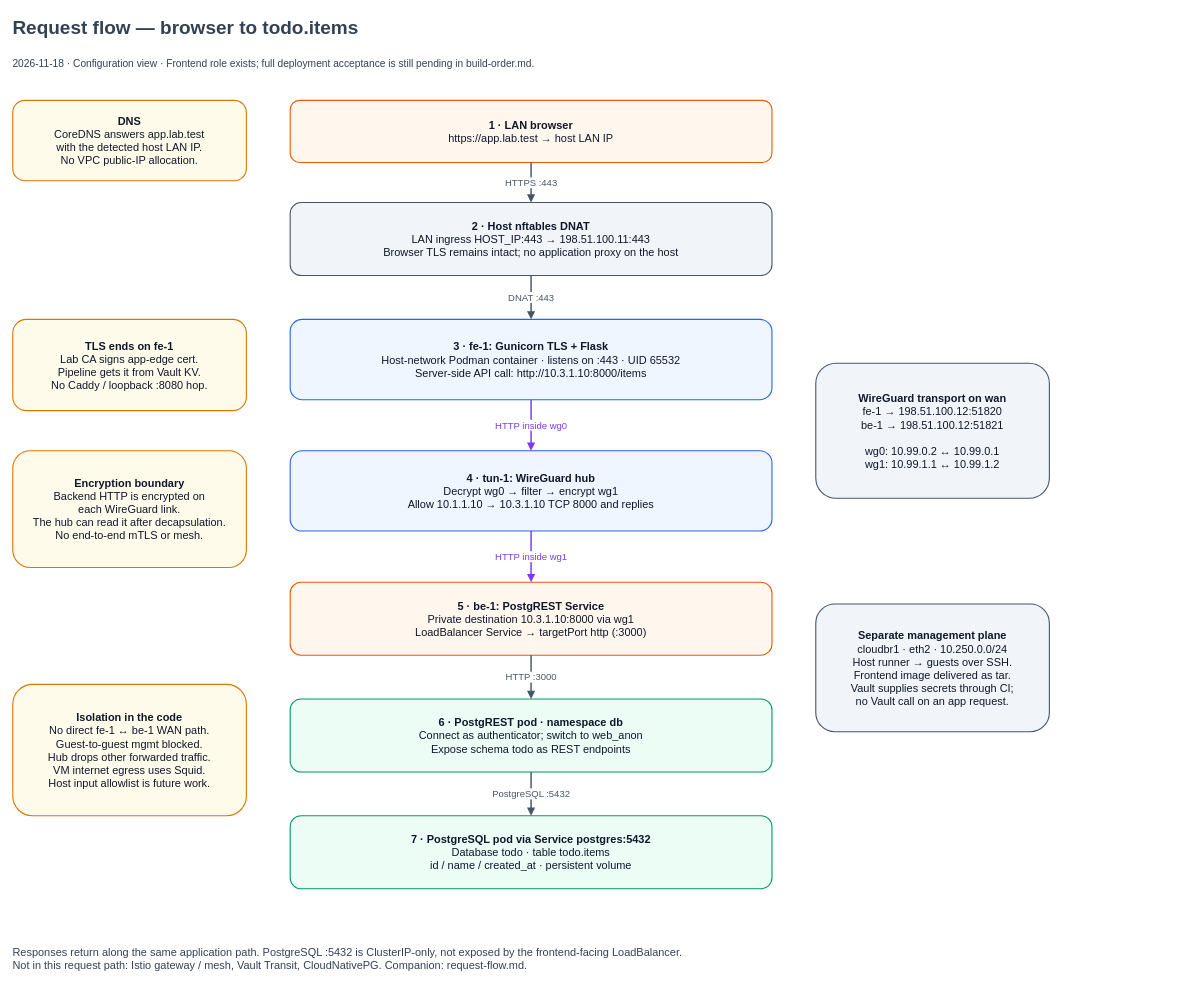
Earlier version of the draw.io diagram docs/diagram/lld/traffic/request-flow.drawio (jmin1231/SingleClusterIaCLab). Source tidied: cells renumbered, new cells numbered last; positions are measured from the earlier drawing's top-left corner, leaving out a move shared by most shapes. Both pictures are drawn from the tidied source at 73%, with x=0, y=0 at pixel (12, 12).
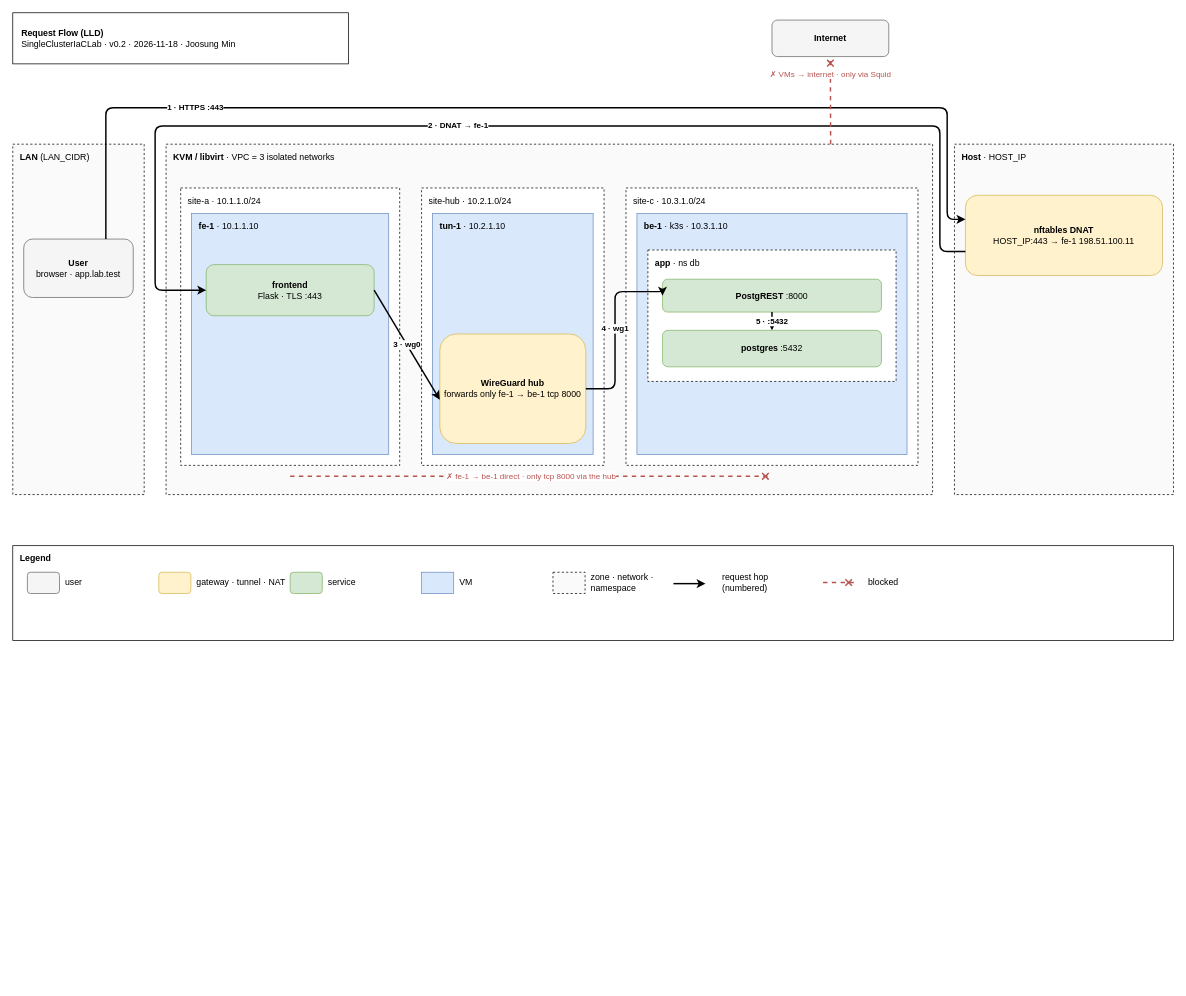
The same diagram, later.

The edit, as a diff of the source:
```diff
@@
-    <mxCell id="2" value="&lt;b&gt;Request flow — browser to todo.items&lt;/b&gt;" style="text;html=1;whiteSpace=wrap;align=left;verticalAlign=middle;fontSize=26;fontColor=#334155;spacing=0;" parent="1" vertex="1">
-      <mxGeometry width="1420" height="42" as="geometry" />
-    </mxCell>
-    <mxCell id="3" value="2026-11-18 · Configuration view · Frontend role exists; full deployment acceptance is still pending in build-order.md." style="text;html=1;whiteSpace=wrap;align=left;verticalAlign=middle;fontSize=14;fontColor=#334155;spacing=0;" parent="1" vertex="1">
-      <mxGeometry y="47" width="1420" height="45" as="geometry" />
-    </mxCell>
-    <mxCell id="4" value="&lt;b&gt;1 · LAN browser&lt;/b&gt;&lt;br&gt;https://app.lab.test → host LAN IP" style="rounded=1;whiteSpace=wrap;html=1;fillColor=#fff7ed;strokeColor=#ea580c;fontColor=#0f172a;fontSize=15;strokeWidth=1.5;spacing=10;" parent="1" vertex="1">
-      <mxGeometry x="380" y="120" width="660" height="85" as="geometry" />
-    </mxCell>
-    <mxCell id="5" value="&lt;b&gt;2 · Host nftables DNAT&lt;/b&gt;&lt;br&gt;LAN ingress HOST_IP:443 → 198.51.100.11:443&lt;br&gt;Browser TLS remains intact; no application proxy on the host" style="rounded=1;whiteSpace=wrap;html=1;fillColor=#f1f5f9;strokeColor=#475569;fontColor=#0f172a;fontSize=15;strokeWidth=1.5;spacing=10;" parent="1" vertex="1">
-      <mxGeometry x="380" y="260" width="660" height="100" as="geometry" />
-    </mxCell>
-    <mxCell id="6" value="&lt;b&gt;3 · fe-1: Gunicorn TLS + Flask&lt;/b&gt;&lt;br&gt;Host-network Podman container · listens on :443 · UID 65532&lt;br&gt;Server-side API call: http://10.3.1.10:8000/items" style="rounded=1;whiteSpace=wrap;html=1;fillColor=#eff6ff;strokeColor=#2563eb;fontColor=#0f172a;fontSize=15;strokeWidth=1.5;spacing=10;" parent="1" vertex="1">
-      <mxGeometry x="380" y="420" width="660" height="110" as="geometry" />
-    </mxCell>
-    <mxCell id="7" value="&lt;b&gt;4 · tun-1: WireGuard hub&lt;/b&gt;&lt;br&gt;Decrypt wg0 → filter → encrypt wg1&lt;br&gt;Allow 10.1.1.10 → 10.3.1.10 TCP 8000 and replies" style="rounded=1;whiteSpace=wrap;html=1;fillColor=#eff6ff;strokeColor=#2563eb;fontColor=#0f172a;fontSize=15;strokeWidth=1.5;spacing=10;" parent="1" vertex="1">
-      <mxGeometry x="380" y="600" width="660" height="110" as="geometry" />
-    </mxCell>
-    <mxCell id="8" value="&lt;b&gt;5 · be-1: PostgREST Service&lt;/b&gt;&lt;br&gt;Private destination 10.3.1.10:8000 via wg1&lt;br&gt;LoadBalancer Service → targetPort http (:3000)" style="rounded=1;whiteSpace=wrap;html=1;fillColor=#fff7ed;strokeColor=#ea580c;fontColor=#0f172a;fontSize=15;strokeWidth=1.5;spacing=10;" parent="1" vertex="1">
-      <mxGeometry x="380" y="780" width="660" height="100" as="geometry" />
-    </mxCell>
-    <mxCell id="9" value="&lt;b&gt;6 · PostgREST pod · namespace db&lt;/b&gt;&lt;br&gt;Connect as authenticator; switch to web_anon&lt;br&gt;Expose schema todo as REST endpoints" style="rounded=1;whiteSpace=wrap;html=1;fillColor=#ecfdf5;strokeColor=#059669;fontColor=#0f172a;fontSize=15;strokeWidth=1.5;spacing=10;" parent="1" vertex="1">
-      <mxGeometry x="380" y="940" width="660" height="100" as="geometry" />
-    </mxCell>
-    <mxCell id="10" value="&lt;b&gt;7 · PostgreSQL pod via Service postgres:5432&lt;/b&gt;&lt;br&gt;Database todo · table todo.items&lt;br&gt;id / name / created_at · persistent volume" style="rounded=1;whiteSpace=wrap;html=1;fillColor=#ecfdf5;strokeColor=#059669;fontColor=#0f172a;fontSize=15;strokeWidth=1.5;spacing=10;" parent="1" vertex="1">
-      <mxGeometry x="380" y="1100" width="660" height="100" as="geometry" />
-    </mxCell>
-    <mxCell id="11" value="&lt;b&gt;DNS&lt;/b&gt;&lt;br&gt;CoreDNS answers app.lab.test&lt;br&gt;with the detected host LAN IP.&lt;br&gt;No VPC public-IP allocation." style="rounded=1;whiteSpace=wrap;html=1;fillColor=#fffbeb;strokeColor=#d97706;fontColor=#0f172a;fontSize=15;strokeWidth=1.5;spacing=10;" parent="1" vertex="1">
-      <mxGeometry y="120" width="320" height="110" as="geometry" />
-    </mxCell>
-    <mxCell id="12" value="&lt;b&gt;TLS ends on fe-1&lt;/b&gt;&lt;br&gt;Lab CA signs app-edge cert.&lt;br&gt;Pipeline gets it from Vault KV.&lt;br&gt;No Caddy / loopback :8080 hop." style="rounded=1;whiteSpace=wrap;html=1;fillColor=#fffbeb;strokeColor=#d97706;fontColor=#0f172a;fontSize=15;strokeWidth=1.5;spacing=10;" parent="1" vertex="1">
-      <mxGeometry y="420" width="320" height="125" as="geometry" />
-    </mxCell>
-    <mxCell id="13" value="&lt;b&gt;WireGuard transport on wan&lt;/b&gt;&lt;br&gt;fe-1 → 198.51.100.12:51820&lt;br&gt;be-1 → 198.51.100.12:51821&lt;br&gt;&lt;br&gt;wg0: 10.99.0.2 ↔ 10.99.0.1&lt;br&gt;wg1: 10.99.1.1 ↔ 10.99.1.2" style="rounded=1;whiteSpace=wrap;html=1;fillColor=#f1f5f9;strokeColor=#475569;fontColor=#0f172a;fontSize=15;strokeWidth=1.5;spacing=10;" parent="1" vertex="1">
-      <mxGeometry x="1100" y="480" width="320" height="185" as="geometry" />
-    </mxCell>
-    <mxCell id="14" value="&lt;b&gt;Encryption boundary&lt;/b&gt;&lt;br&gt;Backend HTTP is encrypted on&lt;br&gt;each WireGuard link.&lt;br&gt;The hub can read it after decapsulation.&lt;br&gt;No end-to-end mTLS or mesh." style="rounded=1;whiteSpace=wrap;html=1;fillColor=#fffbeb;strokeColor=#d97706;fontColor=#0f172a;fontSize=15;strokeWidth=1.5;spacing=10;" parent="1" vertex="1">
-      <mxGeometry y="600" width="320" height="160" as="geometry" />
-    </mxCell>
-    <mxCell id="15" value="&lt;b&gt;Separate management plane&lt;/b&gt;&lt;br&gt;cloudbr1 · eth2 · 10.250.0.0/24&lt;br&gt;Host runner → guests over SSH.&lt;br&gt;Frontend image delivered as tar.&lt;br&gt;Vault supplies secrets through CI;&lt;br&gt;no Vault call on an app request." style="rounded=1;whiteSpace=wrap;html=1;fillColor=#f1f5f9;strokeColor=#475569;fontColor=#0f172a;fontSize=15;strokeWidth=1.5;spacing=10;" parent="1" vertex="1">
-      <mxGeometry x="1100" y="810" width="320" height="175" as="geometry" />
-    </mxCell>
-    <mxCell id="16" value="&lt;b&gt;Isolation in the code&lt;/b&gt;&lt;br&gt;No direct fe-1 ↔ be-1 WAN path.&lt;br&gt;Guest-to-guest mgmt blocked.&lt;br&gt;Hub drops other forwarded traffic.&lt;br&gt;VM internet egress uses Squid.&lt;br&gt;Host input allowlist is future work." style="rounded=1;whiteSpace=wrap;html=1;fillColor=#fffbeb;strokeColor=#d97706;fontColor=#0f172a;fontSize=15;strokeWidth=1.5;spacing=10;" parent="1" vertex="1">
-      <mxGeometry y="920" width="320" height="180" as="geometry" />
-    </mxCell>
-    <mxCell id="17" value="Responses return along the same application path. PostgreSQL :5432 is ClusterIP-only, not exposed by the frontend-facing LoadBalancer.&lt;br&gt;Not in this request path: Istio gateway / mesh, Vault Transit, CloudNativePG. Companion: request-flow.md." style="text;html=1;whiteSpace=wrap;align=left;verticalAlign=middle;fontSize=15;fontColor=#334155;spacing=0;" parent="1" vertex="1">
-      <mxGeometry y="1260" width="1420" height="70" as="geometry" />
-    </mxCell>
-    <mxCell id="18" value="HTTPS :443" style="edgeStyle=orthogonalEdgeStyle;rounded=0;jettySize=auto;html=1;endArrow=block;endFill=1;strokeWidth=2;strokeColor=#475569;fontColor=#475569;fontSize=13;labelBackgroundColor=#ffffff;exitX=0.5;exitY=1;exitDx=0;exitDy=0;entryX=0.5;entryY=0;entryDx=0;entryDy=0;" parent="1" edge="1" source="4" target="5">
-      <mxGeometry relative="1" as="geometry" />
-    </mxCell>
-    <mxCell id="19" value="DNAT :443" style="edgeStyle=orthogonalEdgeStyle;rounded=0;jettySize=auto;html=1;endArrow=block;endFill=1;strokeWidth=2;strokeColor=#475569;fontColor=#475569;fontSize=13;labelBackgroundColor=#ffffff;exitX=0.5;exitY=1;exitDx=0;exitDy=0;entryX=0.5;entryY=0;entryDx=0;entryDy=0;" parent="1" edge="1" source="5" target="6">
-      <mxGeometry relative="1" as="geometry" />
-    </mxCell>
-    <mxCell id="20" value="HTTP inside wg0" style="edgeStyle=orthogonalEdgeStyle;rounded=0;jettySize=auto;html=1;endArrow=block;endFill=1;strokeWidth=2;strokeColor=#7c3aed;fontColor=#7c3aed;fontSize=13;labelBackgroundColor=#ffffff;exitX=0.5;exitY=1;exitDx=0;exitDy=0;entryX=0.5;entryY=0;entryDx=0;entryDy=0;" parent="1" edge="1" source="6" target="7">
-      <mxGeometry relative="1" as="geometry" />
-    </mxCell>
-    <mxCell id="21" value="HTTP inside wg1" style="edgeStyle=orthogonalEdgeStyle;rounded=0;jettySize=auto;html=1;endArrow=block;endFill=1;strokeWidth=2;strokeColor=#7c3aed;fontColor=#7c3aed;fontSize=13;labelBackgroundColor=#ffffff;exitX=0.5;exitY=1;exitDx=0;exitDy=0;entryX=0.5;entryY=0;entryDx=0;entryDy=0;" parent="1" edge="1" source="7" target="8">
-      <mxGeometry relative="1" as="geometry" />
-    </mxCell>
-    <mxCell id="22" value="HTTP :3000" style="edgeStyle=orthogonalEdgeStyle;rounded=0;jettySize=auto;html=1;endArrow=block;endFill=1;strokeWidth=2;strokeColor=#475569;fontColor=#475569;fontSize=13;labelBackgroundColor=#ffffff;exitX=0.5;exitY=1;exitDx=0;exitDy=0;entryX=0.5;entryY=0;entryDx=0;entryDy=0;" parent="1" edge="1" source="8" target="9">
-      <mxGeometry relative="1" as="geometry" />
-    </mxCell>
-    <mxCell id="23" value="PostgreSQL :5432" style="edgeStyle=orthogonalEdgeStyle;rounded=0;jettySize=auto;html=1;endArrow=block;endFill=1;strokeWidth=2;strokeColor=#475569;fontColor=#475569;fontSize=13;labelBackgroundColor=#ffffff;exitX=0.5;exitY=1;exitDx=0;exitDy=0;entryX=0.5;entryY=0;entryDx=0;entryDy=0;" parent="1" edge="1" source="9" target="10">
-      <mxGeometry relative="1" as="geometry" />
-    </mxCell>
+    <mxCell id="24" value="&lt;b&gt;Request Flow (LLD)&lt;/b&gt;&lt;br&gt;SingleClusterIaCLab · v0.2 · 2026-11-18 · Joosung Min" style="rounded=0;whiteSpace=wrap;html=1;align=left;spacingLeft=10;fillColor=#ffffff;" parent="1" vertex="1">
+      <mxGeometry width="460" height="70" as="geometry" />
+    </mxCell>
+    <mxCell id="25" value="&lt;b&gt;Internet&lt;/b&gt;" style="rounded=1;whiteSpace=wrap;html=1;fillColor=#f5f5f5;strokeColor=#666666;" parent="1" vertex="1">
+      <mxGeometry x="1040" y="10" width="160" height="50" as="geometry" />
+    </mxCell>
+    <mxCell id="26" value="&lt;b&gt;LAN&lt;/b&gt; (LAN_CIDR)" style="rounded=0;whiteSpace=wrap;html=1;dashed=1;fillColor=none;verticalAlign=top;align=left;spacingLeft=8;spacingTop=4;fillColor=#fafafa;" parent="1" vertex="1">
+      <mxGeometry y="180" width="180" height="480" as="geometry" />
+    </mxCell>
+    <mxCell id="27" value="&lt;b&gt;User&lt;/b&gt;&lt;br&gt;browser · app.lab.test" style="rounded=1;whiteSpace=wrap;html=1;fillColor=#f5f5f5;strokeColor=#666666;" parent="26" vertex="1">
+      <mxGeometry x="15" y="130" width="150" height="80" as="geometry" />
+    </mxCell>
+    <mxCell id="28" value="&lt;b&gt;KVM / libvirt&lt;/b&gt; · VPC = 3 isolated networks" style="rounded=0;whiteSpace=wrap;html=1;dashed=1;fillColor=none;verticalAlign=top;align=left;spacingLeft=8;spacingTop=4;fillColor=#fafafa;" parent="1" vertex="1">
+      <mxGeometry x="210" y="180" width="1050" height="480" as="geometry" />
+    </mxCell>
+    <mxCell id="29" value="site-a · 10.1.1.0/24" style="rounded=0;whiteSpace=wrap;html=1;dashed=1;fillColor=none;verticalAlign=top;align=left;spacingLeft=8;spacingTop=4;fillColor=#ffffff;" parent="28" vertex="1">
+      <mxGeometry x="20" y="60" width="300" height="380" as="geometry" />
+    </mxCell>
+    <mxCell id="30" value="&lt;b&gt;fe-1&lt;/b&gt; · 10.1.1.10" style="rounded=0;whiteSpace=wrap;html=1;fillColor=#dae8fc;strokeColor=#6c8ebf;verticalAlign=top;align=left;spacingLeft=8;spacingTop=4;" parent="29" vertex="1">
+      <mxGeometry x="15" y="35" width="270" height="330" as="geometry" />
+    </mxCell>
+    <mxCell id="31" value="&lt;b&gt;frontend&lt;/b&gt;&lt;br&gt;Flask · TLS :443" style="rounded=1;whiteSpace=wrap;html=1;fillColor=#d5e8d4;strokeColor=#82b366;" parent="30" vertex="1">
+      <mxGeometry x="20" y="70" width="230" height="70" as="geometry" />
+    </mxCell>
+    <mxCell id="32" value="site-hub · 10.2.1.0/24" style="rounded=0;whiteSpace=wrap;html=1;dashed=1;fillColor=none;verticalAlign=top;align=left;spacingLeft=8;spacingTop=4;fillColor=#ffffff;" parent="28" vertex="1">
+      <mxGeometry x="350" y="60" width="250" height="380" as="geometry" />
+    </mxCell>
+    <mxCell id="33" value="&lt;b&gt;tun-1&lt;/b&gt; · 10.2.1.10" style="rounded=0;whiteSpace=wrap;html=1;fillColor=#dae8fc;strokeColor=#6c8ebf;verticalAlign=top;align=left;spacingLeft=8;spacingTop=4;" parent="32" vertex="1">
+      <mxGeometry x="15" y="35" width="220" height="330" as="geometry" />
+    </mxCell>
+    <mxCell id="34" value="&lt;b&gt;WireGuard hub&lt;/b&gt;&lt;br&gt;forwards only fe-1 → be-1 tcp 8000" style="rounded=1;whiteSpace=wrap;html=1;fillColor=#fff2cc;strokeColor=#d6b656;" parent="33" vertex="1">
+      <mxGeometry x="10" y="165" width="200" height="150" as="geometry" />
+    </mxCell>
+    <mxCell id="35" value="site-c · 10.3.1.0/24" style="rounded=0;whiteSpace=wrap;html=1;dashed=1;fillColor=none;verticalAlign=top;align=left;spacingLeft=8;spacingTop=4;fillColor=#ffffff;" parent="28" vertex="1">
+      <mxGeometry x="630" y="60" width="400" height="380" as="geometry" />
+    </mxCell>
+    <mxCell id="36" value="&lt;b&gt;be-1&lt;/b&gt; · k3s · 10.3.1.10" style="rounded=0;whiteSpace=wrap;html=1;fillColor=#dae8fc;strokeColor=#6c8ebf;verticalAlign=top;align=left;spacingLeft=8;spacingTop=4;" parent="35" vertex="1">
+      <mxGeometry x="15" y="35" width="370" height="330" as="geometry" />
+    </mxCell>
+    <mxCell id="37" value="&lt;b&gt;app&lt;/b&gt; · ns db" style="rounded=0;whiteSpace=wrap;html=1;dashed=1;fillColor=none;verticalAlign=top;align=left;spacingLeft=8;spacingTop=4;fillColor=#ffffff;" parent="36" vertex="1">
+      <mxGeometry x="15" y="50" width="340" height="180" as="geometry" />
+    </mxCell>
+    <mxCell id="38" value="&lt;b&gt;PostgREST&lt;/b&gt; :8000" style="rounded=1;whiteSpace=wrap;html=1;fillColor=#d5e8d4;strokeColor=#82b366;" parent="37" vertex="1">
+      <mxGeometry x="20" y="40" width="300" height="45" as="geometry" />
+    </mxCell>
+    <mxCell id="39" value="&lt;b&gt;postgres&lt;/b&gt; :5432" style="rounded=1;whiteSpace=wrap;html=1;fillColor=#d5e8d4;strokeColor=#82b366;" parent="37" vertex="1">
+      <mxGeometry x="20" y="110" width="300" height="50" as="geometry" />
+    </mxCell>
+    <mxCell id="40" value="&lt;b&gt;Host&lt;/b&gt; · HOST_IP" style="rounded=0;whiteSpace=wrap;html=1;dashed=1;fillColor=none;verticalAlign=top;align=left;spacingLeft=8;spacingTop=4;fillColor=#fafafa;" parent="1" vertex="1">
+      <mxGeometry x="1290" y="180" width="300" height="480" as="geometry" />
+    </mxCell>
+    <mxCell id="41" value="&lt;b&gt;nftables DNAT&lt;/b&gt;&lt;br&gt;HOST_IP:443 → fe-1 198.51.100.11" style="rounded=1;whiteSpace=wrap;html=1;fillColor=#fff2cc;strokeColor=#d6b656;" parent="40" vertex="1">
+      <mxGeometry x="15" y="70" width="270" height="110" as="geometry" />
+    </mxCell>
+    <mxCell id="42" value="1 · HTTPS :443" style="endArrow=classic;html=1;strokeWidth=2;labelBackgroundColor=#ffffff;fontStyle=1;edgeStyle=orthogonalEdgeStyle;exitX=0.75;exitY=0;exitDx=0;exitDy=0;entryX=0;entryY=0.3;entryDx=0;entryDy=0;" parent="1" edge="1" source="27" target="41">
+      <mxGeometry x="-0.6" relative="1" as="geometry">
+        <Array as="points">
+          <mxPoint x="127" y="130" />
+          <mxPoint x="1280" y="130" />
+          <mxPoint x="1280" y="283" />
+        </Array>
+      </mxGeometry>
+    </mxCell>
+    <mxCell id="43" value="2 · DNAT → fe-1" style="endArrow=classic;html=1;strokeWidth=2;labelBackgroundColor=#ffffff;fontStyle=1;edgeStyle=orthogonalEdgeStyle;exitX=0;exitY=0.7;exitDx=0;exitDy=0;entryX=0;entryY=0.5;entryDx=0;entryDy=0;" parent="1" edge="1" source="41" target="31">
+      <mxGeometry x="0.1" relative="1" as="geometry">
+        <Array as="points">
+          <mxPoint x="1270" y="327" />
+          <mxPoint x="1270" y="155" />
+          <mxPoint x="195" y="155" />
+          <mxPoint x="195" y="380" />
+        </Array>
+      </mxGeometry>
+    </mxCell>
+    <mxCell id="44" value="3 · wg0" style="endArrow=classic;html=1;strokeWidth=2;labelBackgroundColor=#ffffff;fontStyle=1;exitX=1;exitY=0.5;exitDx=0;exitDy=0;entryX=0;entryY=0.6;entryDx=0;entryDy=0;" parent="1" edge="1" source="31" target="34">
+      <mxGeometry relative="1" as="geometry" />
+    </mxCell>
+    <mxCell id="45" value="4 · wg1" style="endArrow=classic;html=1;strokeWidth=2;labelBackgroundColor=#ffffff;fontStyle=1;edgeStyle=orthogonalEdgeStyle;exitX=1;exitY=0.5;exitDx=0;exitDy=0;entryX=0;entryY=0.5;entryDx=0;entryDy=0;" parent="1" edge="1" source="34" target="38">
+      <mxGeometry relative="1" as="geometry">
+        <Array as="points">
+          <mxPoint x="825" y="515" />
+          <mxPoint x="825" y="382" />
+        </Array>
+      </mxGeometry>
+    </mxCell>
+    <mxCell id="46" value="5 · :5432" style="endArrow=classic;html=1;strokeWidth=2;labelBackgroundColor=#ffffff;fontStyle=1;exitX=0.5;exitY=1;exitDx=0;exitDy=0;entryX=0.5;entryY=0;entryDx=0;entryDy=0;" parent="1" edge="1" source="38" target="39">
+      <mxGeometry relative="1" as="geometry" />
+    </mxCell>
+    <mxCell id="47" value="✗ fe-1 → be-1 direct · only tcp 8000 via the hub" style="endArrow=cross;html=1;strokeWidth=2;dashed=1;strokeColor=#b85450;fontColor=#b85450;labelBackgroundColor=#ffffff;" parent="1" edge="1">
+      <mxGeometry relative="1" as="geometry">
+        <mxPoint x="380" y="635" as="sourcePoint" />
+        <mxPoint x="1040" y="635" as="targetPoint" />
+      </mxGeometry>
+    </mxCell>
+    <mxCell id="48" value="✗ VMs → internet · only via Squid" style="endArrow=cross;html=1;strokeWidth=2;dashed=1;strokeColor=#b85450;fontColor=#b85450;labelBackgroundColor=#ffffff;exitX=0.867;exitY=0;exitDx=0;exitDy=0;entryX=0.5;entryY=1;entryDx=0;entryDy=0;" parent="1" edge="1" source="28" target="25">
+      <mxGeometry x="0.6" relative="1" as="geometry" />
+    </mxCell>
+    <mxCell id="49" value="&lt;b&gt;Legend&lt;/b&gt;" style="rounded=0;whiteSpace=wrap;html=1;dashed=1;fillColor=none;verticalAlign=top;align=left;spacingLeft=8;spacingTop=4;dashed=0;fillColor=#ffffff;" parent="1" vertex="1">
+      <mxGeometry y="730" width="1590" height="130" as="geometry" />
+    </mxCell>
+    <mxCell id="50" style="rounded=1;whiteSpace=wrap;html=1;fillColor=#f5f5f5;strokeColor=#666666;" parent="49" vertex="1">
+      <mxGeometry x="20" y="36.4" width="44" height="29.1" as="geometry" />
+    </mxCell>
+    <mxCell id="51" value="user" style="text;html=1;align=left;verticalAlign=top;whiteSpace=wrap;verticalAlign=middle;" parent="49" vertex="1">
+      <mxGeometry x="70" y="36.4" width="125" height="29.1" as="geometry" />
+    </mxCell>
+    <mxCell id="52" style="rounded=1;whiteSpace=wrap;html=1;fillColor=#fff2cc;strokeColor=#d6b656;" parent="49" vertex="1">
+      <mxGeometry x="200" y="36.4" width="44" height="29.1" as="geometry" />
+    </mxCell>
+    <mxCell id="53" value="gateway · tunnel · NAT" style="text;html=1;align=left;verticalAlign=top;whiteSpace=wrap;verticalAlign=middle;" parent="49" vertex="1">
+      <mxGeometry x="250" y="36.4" width="125" height="29.1" as="geometry" />
+    </mxCell>
+    <mxCell id="54" style="rounded=1;whiteSpace=wrap;html=1;fillColor=#d5e8d4;strokeColor=#82b366;" parent="49" vertex="1">
+      <mxGeometry x="380" y="36.4" width="44" height="29.1" as="geometry" />
+    </mxCell>
+    <mxCell id="55" value="service" style="text;html=1;align=left;verticalAlign=top;whiteSpace=wrap;verticalAlign=middle;" parent="49" vertex="1">
+      <mxGeometry x="430" y="36.4" width="125" height="29.1" as="geometry" />
+    </mxCell>
+    <mxCell id="56" style="rounded=0;whiteSpace=wrap;html=1;fillColor=#dae8fc;strokeColor=#6c8ebf;verticalAlign=top;align=left;spacingLeft=8;spacingTop=4;" parent="49" vertex="1">
+      <mxGeometry x="560" y="36.4" width="44" height="29.1" as="geometry" />
+    </mxCell>
+    <mxCell id="57" value="VM" style="text;html=1;align=left;verticalAlign=top;whiteSpace=wrap;verticalAlign=middle;" parent="49" vertex="1">
+      <mxGeometry x="610" y="36.4" width="125" height="29.1" as="geometry" />
+    </mxCell>
+    <mxCell id="58" style="rounded=0;whiteSpace=wrap;html=1;dashed=1;fillColor=none;verticalAlign=top;align=left;spacingLeft=8;spacingTop=4;fillColor=#fafafa;" parent="49" vertex="1">
+      <mxGeometry x="740" y="36.4" width="44" height="29.1" as="geometry" />
+    </mxCell>
+    <mxCell id="59" value="zone · network · namespace" style="text;html=1;align=left;verticalAlign=top;whiteSpace=wrap;verticalAlign=middle;" parent="49" vertex="1">
+      <mxGeometry x="790" y="36.4" width="125" height="29.1" as="geometry" />
+    </mxCell>
+    <mxCell id="60" value="request hop (numbered)" style="text;html=1;align=left;verticalAlign=top;whiteSpace=wrap;verticalAlign=middle;" parent="49" vertex="1">
+      <mxGeometry x="970" y="36.4" width="125" height="29.1" as="geometry" />
+    </mxCell>
+    <mxCell id="61" value="blocked" style="text;html=1;align=left;verticalAlign=top;whiteSpace=wrap;verticalAlign=middle;" parent="49" vertex="1">
+      <mxGeometry x="1170" y="36.4" width="125" height="29.1" as="geometry" />
+    </mxCell>
+    <mxCell id="62" style="endArrow=classic;html=1;strokeWidth=2;labelBackgroundColor=#ffffff;fontStyle=1;" parent="49" edge="1">
+      <mxGeometry relative="1" as="geometry">
+        <mxPoint x="905" y="52" as="sourcePoint" />
+        <mxPoint x="949" y="52" as="targetPoint" />
+      </mxGeometry>
+    </mxCell>
+    <mxCell id="63" style="endArrow=cross;html=1;strokeWidth=2;dashed=1;strokeColor=#b85450;fontColor=#b85450;labelBackgroundColor=#ffffff;" parent="49" edge="1">
+      <mxGeometry relative="1" as="geometry">
+        <mxPoint x="1110" y="50.4" as="sourcePoint" />
+        <mxPoint x="1154" y="50.4" as="targetPoint" />
+      </mxGeometry>
+    </mxCell>
```
